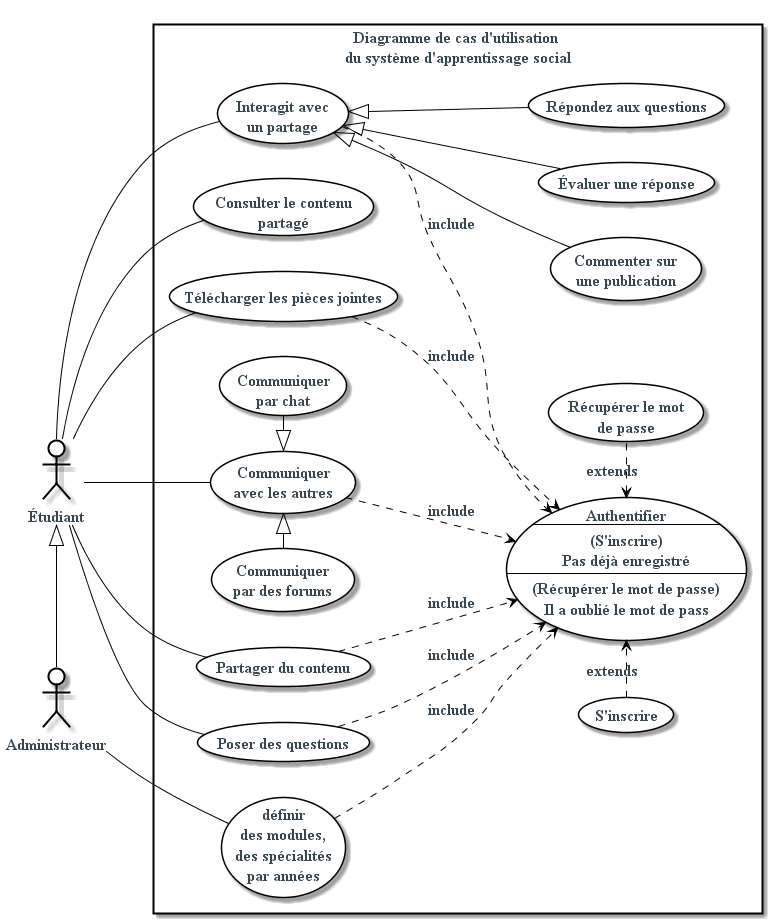
The PlantUML diagram diagrammes/dist/usecase.png in assimhabeek/memoire, before a commit.
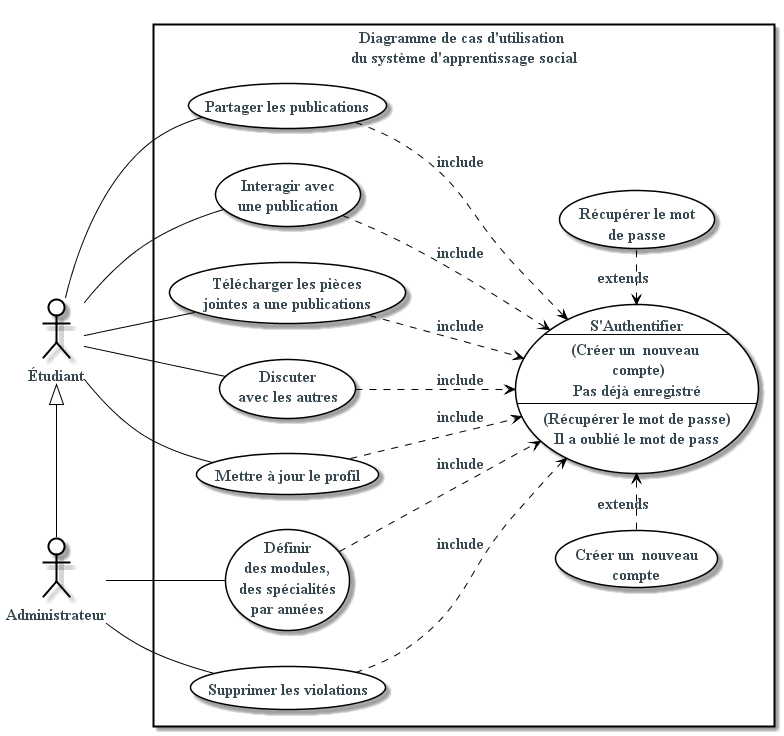
The same diagram one commit later.

The edit, as a diff of the source:
```diff
@@ -19,28 +19,23 @@
 
 rectangle "Diagramme de cas d'utilisation \ndu système d'apprentissage social"{
 
-usecase shareContent as "Partager du contenu"
-usecase login as "Authentifier
+usecase shareContent as "Partager les publications"
+usecase interact as "Interagir avec\n une publication"
+usecase downloadContent as "Télécharger les pièces\n jointes a une publications"
+
+usecase login as "S'Authentifier
                  --
-                 (S'inscrire)
+                 (Créer un  nouveau \n compte)
                  Pas déjà enregistré
                  --
                  (Récupérer le mot de passe)
                  Il a oublié le mot de pass"
-usecase  register as "S'inscrire"
+usecase  register as "Créer un  nouveau \n compte"
 usecase  recover  as "Récupérer le mot \nde passe"
-
-usecase  askQuestion as "Poser des questions"
-usecase  answerQuestion as "Répondez aux questions"
-usecase  comment as "Commenter sur \nune publication"
-usecase  evaluate as "Évaluer une réponse"
-usecase  communicate  as "Communiquer \navec les autres"
-usecase  chat as "Communiquer \npar chat"
-usecase  forums as "Communiquer \npar des forums"
-usecase  interact as "Interagit avec\n un partage"
-usecase  downloadContent as "Télécharger les pièces jointes"
-usecase  consultContent as "Consulter le contenu\n partagé"
-usecase defineMSY as "définir \ndes modules,\n des spécialités \npar années"
+usecase  communicate  as "Discuter \navec les autres"
+usecase  defineMSY as "Définir \ndes modules,\n des spécialités \npar années"
+usecase  deleteViolations as "Supprimer les violations"
+usecase  editProfil as "Mettre à jour le profil"
 
 student <|- admin
 
@@ -48,25 +43,20 @@
 register  .> login  : extends
 
 shareContent ..> login : include
-askQuestion ..> login : include
 interact ..> login : include
 communicate ..> login : include
 downloadContent ..> login : include
 defineMSY ..> login : include
+deleteViolations ..> login : include
+editProfil ..> login : include
 
-communicate <|- chat
-forums -|> communicate
-interact <|-- answerQuestion
-interact <|-- comment
-interact <|-- evaluate
 
 admin -- defineMSY
-student -- consultContent
+admin -- deleteViolations
 student -- shareContent
-student -- askQuestion
 student -- interact
 student -- communicate
 student -- downloadContent
-
+student -- editProfil
 }
 @enduml
```
